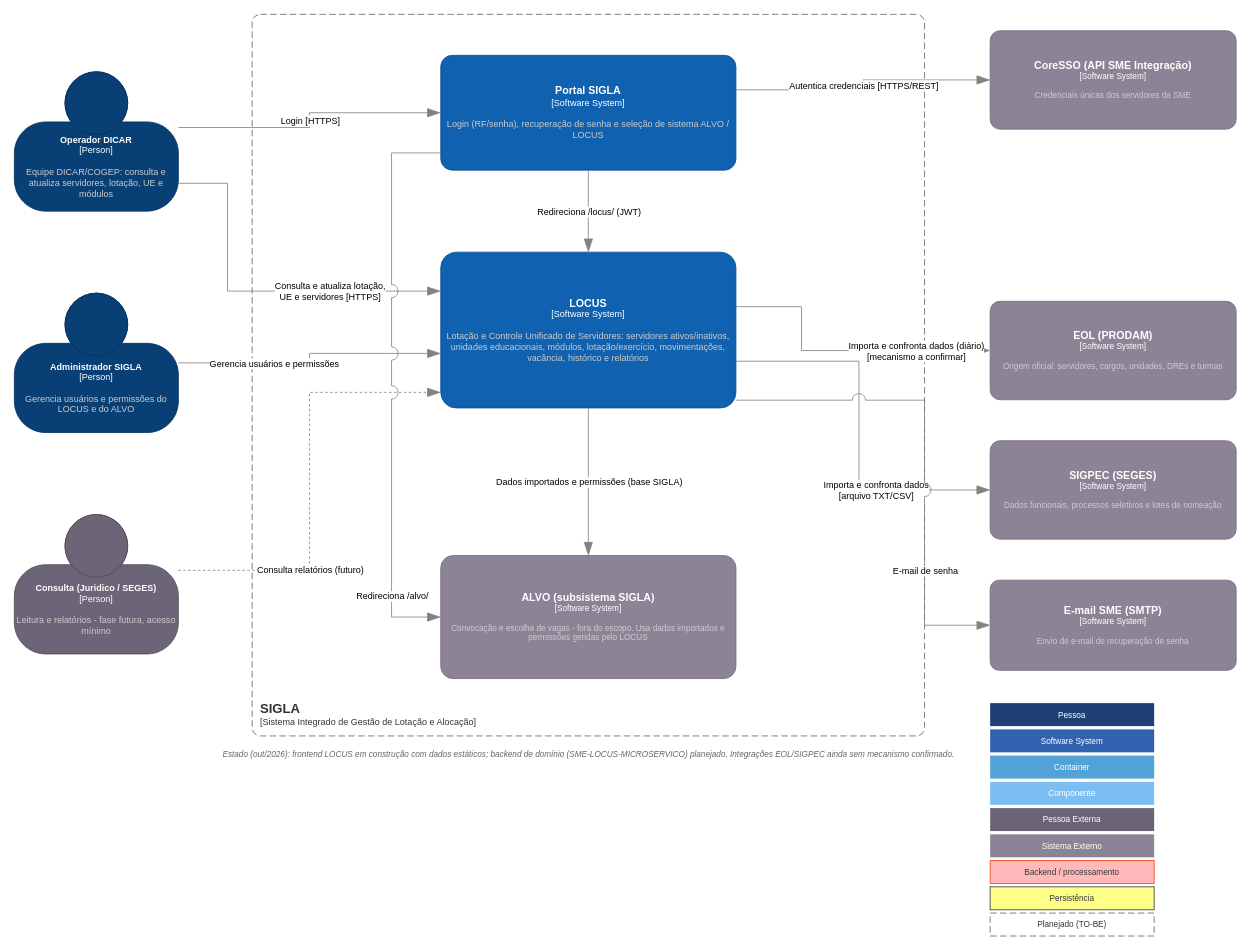
Before: page "C1 - Contexto LOCUS" (2 of 14) of Locus/diagramas/assets/ARQUITETURA - LOCUS - C4.drawio in ronaldorobledo1902/SIGLA, a draw.io diagram. Source tidied: cells renumbered, new cells numbered last; positions are measured from the earlier drawing's top-left corner, leaving out a move shared by most shapes. Both pictures are drawn from the tidied source at 82%, with x=0, y=0 at pixel (14, 14).
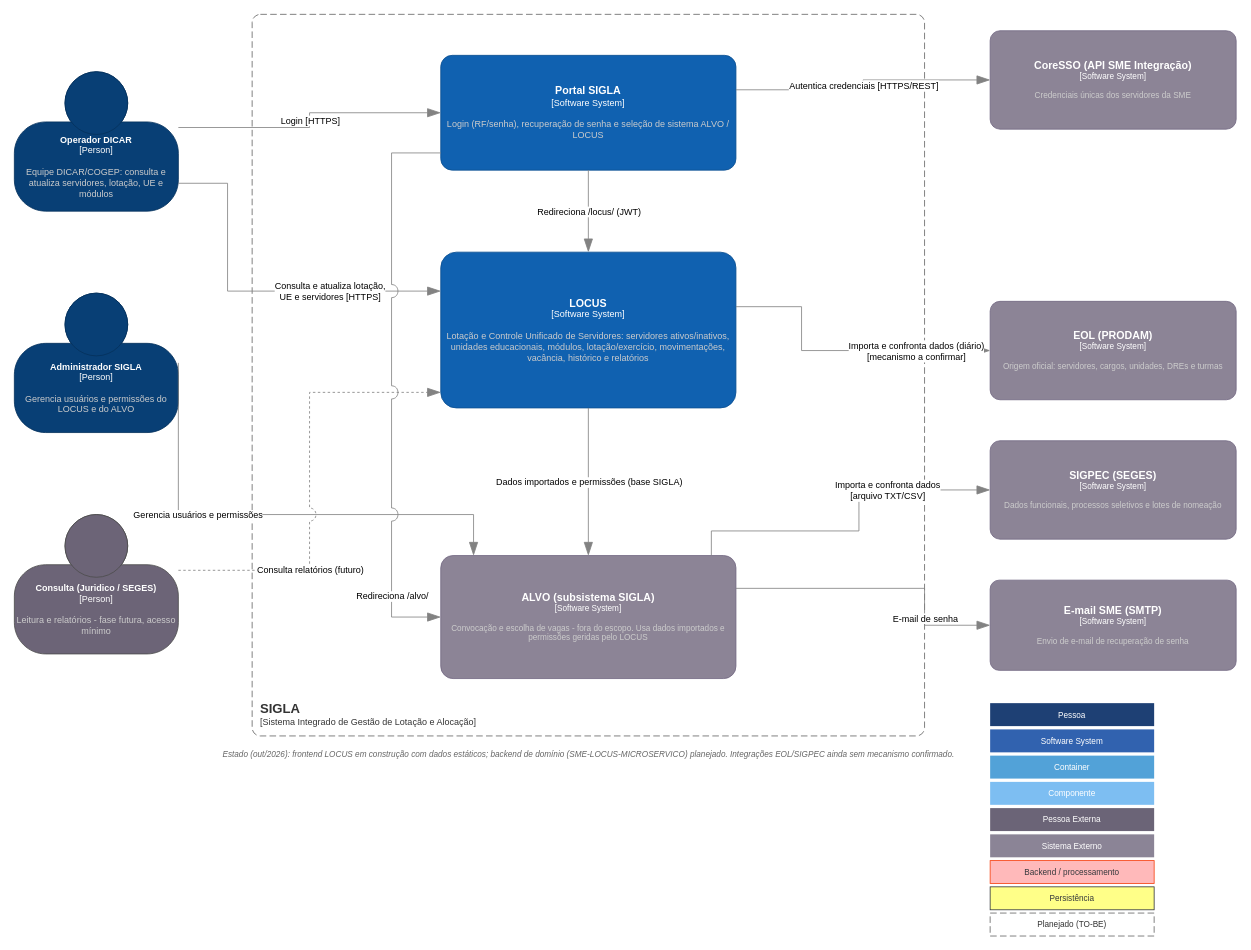
The same diagram, later.

The change refers to these unchanged cells:
```xml
<mxCell id="4" value="&lt;b&gt;Administrador SIGLA&lt;/b&gt;&lt;div&gt;[Person]&lt;/div&gt;&lt;br&gt;&lt;font color='#cccccc'&gt;Gerencia usuários e permissões do LOCUS e do ALVO&lt;/font&gt;" style="html=1;fontSize=11;dashed=0;whiteSpace=wrap;fillColor=#083F75;strokeColor=#06315C;fontColor=#ffffff;shape=mxgraph.c4.person2;align=center;" parent="1" vertex="1">
  <mxGeometry y="340" width="200" height="170" as="geometry" />
</mxCell>
<mxCell id="7" value="&lt;b&gt;&lt;font style='font-size: 13px'&gt;LOCUS&lt;/font&gt;&lt;/b&gt;&lt;div&gt;[Software System]&lt;/div&gt;&lt;br&gt;&lt;font color='#cccccc'&gt;Lotação e Controle Unificado de Servidores: servidores ativos/inativos, unidades educacionais, módulos, lotação/exercício, movimentações, vacância, histórico e relatórios&lt;/font&gt;" style="rounded=1;whiteSpace=wrap;html=1;fillColor=#1061B0;fontColor=#ffffff;align=center;arcSize=10;strokeColor=#0D5091;fontSize=11;" parent="1" vertex="1">
  <mxGeometry x="520" y="290" width="360" height="190" as="geometry" />
</mxCell>
<mxCell id="8" value="&lt;b&gt;&lt;font style='font-size: 13px'&gt;ALVO (subsistema SIGLA)&lt;/font&gt;&lt;/b&gt;&lt;div&gt;[Software System]&lt;/div&gt;&lt;br&gt;&lt;font color='#cccccc'&gt;Convocação e escolha de vagas - fora do escopo. Usa dados importados e permissões geridas pelo LOCUS&lt;/font&gt;" style="rounded=1;whiteSpace=wrap;html=1;fillColor=#8C8496;fontColor=#ffffff;align=center;arcSize=10;strokeColor=#736782;fontSize=10;" parent="1" vertex="1">
  <mxGeometry x="520" y="660" width="360" height="150" as="geometry" />
</mxCell>
<mxCell id="11" value="&lt;b&gt;&lt;font style='font-size: 13px'&gt;SIGPEC (SEGES)&lt;/font&gt;&lt;/b&gt;&lt;div&gt;[Software System]&lt;/div&gt;&lt;br&gt;&lt;font color='#cccccc'&gt;Dados funcionais, processos seletivos e lotes de nomeação&lt;/font&gt;" style="rounded=1;whiteSpace=wrap;html=1;fillColor=#8C8496;fontColor=#ffffff;align=center;arcSize=10;strokeColor=#736782;fontSize=10;" parent="1" vertex="1">
  <mxGeometry x="1190" y="520" width="300" height="120" as="geometry" />
</mxCell>
<mxCell id="12" value="&lt;b&gt;&lt;font style='font-size: 13px'&gt;E-mail SME (SMTP)&lt;/font&gt;&lt;/b&gt;&lt;div&gt;[Software System]&lt;/div&gt;&lt;br&gt;&lt;font color='#cccccc'&gt;Envio de e-mail de recuperação de senha&lt;/font&gt;" style="rounded=1;whiteSpace=wrap;html=1;fillColor=#8C8496;fontColor=#ffffff;align=center;arcSize=10;strokeColor=#736782;fontSize=10;" parent="1" vertex="1">
  <mxGeometry x="1190" y="690" width="300" height="110" as="geometry" />
</mxCell>
```

What changed in the source:
```diff
@@
-    <mxCell id="17" style="endArrow=blockThin;html=1;fontSize=10;fontColor=#404040;strokeWidth=1;endFill=1;strokeColor=#828282;elbow=vertical;endSize=14;startSize=14;jumpStyle=arc;jumpSize=16;rounded=0;edgeStyle=orthogonalEdgeStyle;exitX=1;exitY=0.5;exitDx=0;exitDy=0;entryX=0;entryY=0.65;entryDx=0;entryDy=0;" parent="1" edge="1" source="4" target="7">
-      <mxGeometry relative="1" as="geometry" />
+    <mxCell id="17" style="endArrow=blockThin;html=1;fontSize=10;fontColor=#404040;strokeWidth=1;endFill=1;strokeColor=#828282;elbow=vertical;endSize=14;startSize=14;jumpStyle=arc;jumpSize=16;rounded=0;edgeStyle=orthogonalEdgeStyle;exitX=1;exitY=0.5;exitDx=0;exitDy=0;" parent="1" edge="1" source="4" target="8">
+      <mxGeometry relative="1" as="geometry">
+        <Array as="points">
+          <mxPoint x="200" y="610" />
+          <mxPoint x="560" y="610" />
+        </Array>
+      </mxGeometry>
     </mxCell>
@@
-    <mxCell id="29" style="endArrow=blockThin;html=1;fontSize=10;fontColor=#404040;strokeWidth=1;endFill=1;strokeColor=#828282;elbow=vertical;endSize=14;startSize=14;jumpStyle=arc;jumpSize=16;rounded=0;edgeStyle=orthogonalEdgeStyle;exitX=1;exitY=0.7;exitDx=0;exitDy=0;entryX=0;entryY=0.5;entryDx=0;entryDy=0;" parent="1" edge="1" source="7" target="11">
+    <mxCell id="29" style="endArrow=blockThin;html=1;fontSize=10;fontColor=#404040;strokeWidth=1;endFill=1;strokeColor=#828282;elbow=vertical;endSize=14;startSize=14;jumpStyle=arc;jumpSize=16;rounded=0;edgeStyle=orthogonalEdgeStyle;entryX=0;entryY=0.5;entryDx=0;entryDy=0;" parent="1" edge="1" source="8" target="11">
       <mxGeometry relative="1" as="geometry">
         <Array as="points">
-          <mxPoint x="1030" y="423" />
+          <mxPoint x="850" y="630" />
+          <mxPoint x="1030" y="630" />
           <mxPoint x="1030" y="580" />
         </Array>
       </mxGeometry>
     </mxCell>
@@
-    <mxCell id="31" style="endArrow=blockThin;html=1;fontSize=10;fontColor=#404040;strokeWidth=1;endFill=1;strokeColor=#828282;elbow=vertical;endSize=14;startSize=14;jumpStyle=arc;jumpSize=16;rounded=0;edgeStyle=orthogonalEdgeStyle;exitX=1;exitY=0.95;exitDx=0;exitDy=0;entryX=0;entryY=0.5;entryDx=0;entryDy=0;" parent="1" edge="1" source="7" target="12">
+    <mxCell id="31" style="endArrow=blockThin;html=1;fontSize=10;fontColor=#404040;strokeWidth=1;endFill=1;strokeColor=#828282;elbow=vertical;endSize=14;startSize=14;jumpStyle=arc;jumpSize=16;rounded=0;edgeStyle=orthogonalEdgeStyle;entryX=0;entryY=0.5;entryDx=0;entryDy=0;" parent="1" edge="1" source="8" target="12">
       <mxGeometry relative="1" as="geometry">
         <Array as="points">
-          <mxPoint x="1110" y="470" />
+          <mxPoint x="1110" y="700" />
           <mxPoint x="1110" y="745" />
         </Array>
       </mxGeometry>
     </mxCell>
```
